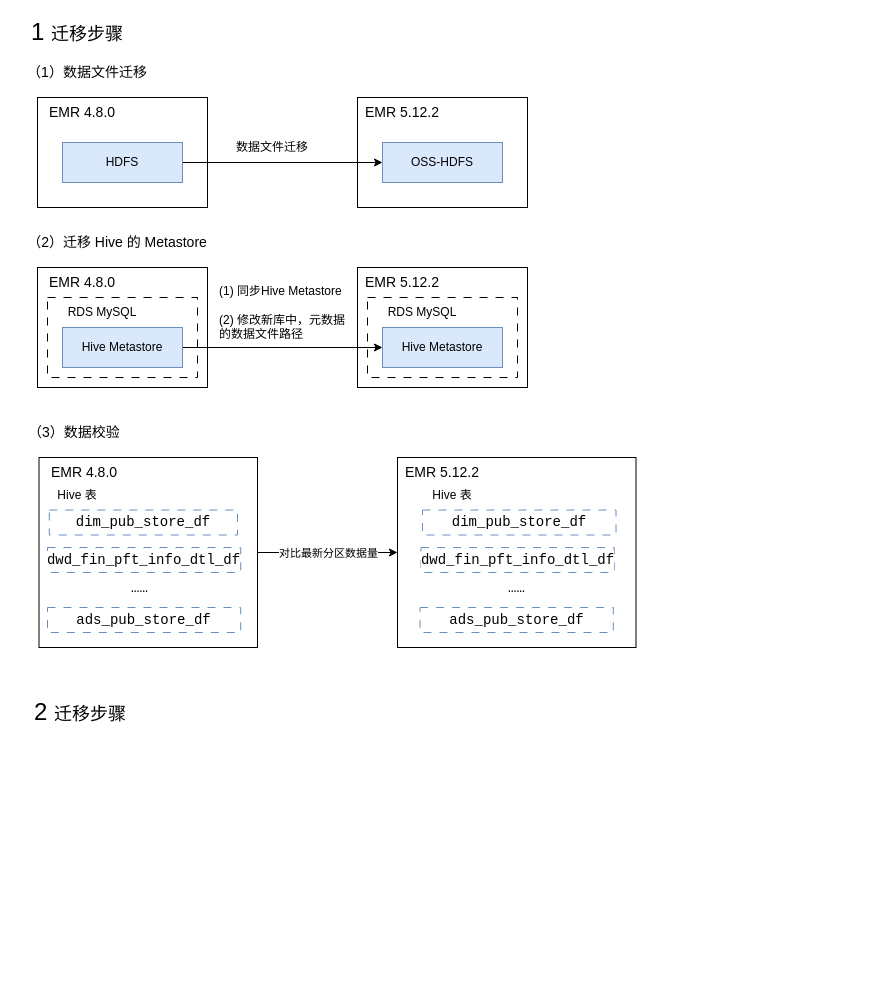
The draw.io diagram emr_upgrade.drawio in fsJerryChan/fsJerryChan, before the edit. Source tidied: cells renumbered, new cells numbered last; positions are measured from the earlier drawing's top-left corner, leaving out a move shared by most shapes. Both pictures are drawn from the tidied source at 100%, with x=0, y=0 at pixel (17, 17).
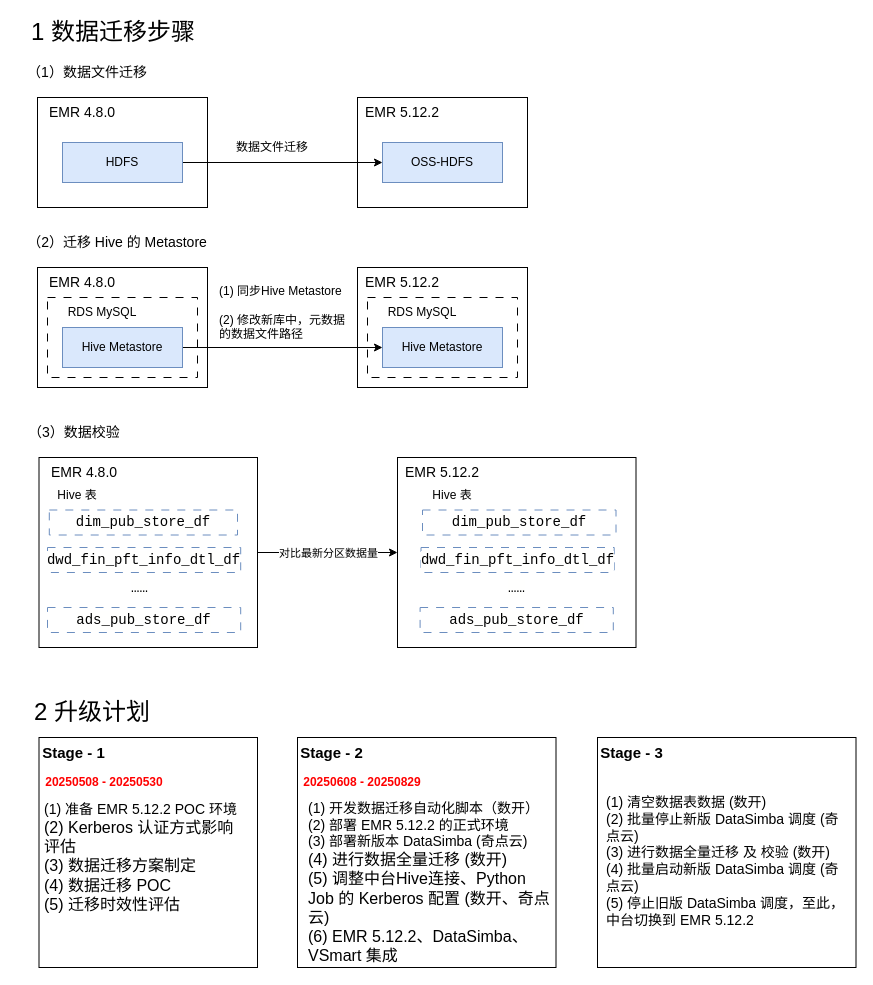
Above is the later version.

Change to the diagram source:
```diff
@@
-    <mxCell id="2" value="&lt;font style=&quot;font-size: 24px;&quot;&gt;1&amp;nbsp;&lt;/font&gt;&lt;span style=&quot;font-size: 18px;&quot;&gt;迁移步骤&lt;/span&gt;" style="text;strokeColor=none;align=left;fillColor=none;html=1;verticalAlign=middle;whiteSpace=wrap;rounded=0;" parent="1" vertex="1">
-      <mxGeometry x="11.6" width="100" height="30" as="geometry" />
+    <mxCell id="2" value="&lt;font style=&quot;font-size: 24px;&quot;&gt;&lt;font style=&quot;&quot;&gt;1 数据&lt;/font&gt;迁移步骤&lt;/font&gt;" style="text;strokeColor=none;align=left;fillColor=none;html=1;verticalAlign=middle;whiteSpace=wrap;rounded=0;" parent="1" vertex="1">
+      <mxGeometry x="11.6" width="178.4" height="30" as="geometry" />
     </mxCell>
@@
-    <mxCell id="42" value="&lt;font style=&quot;font-size: 24px;&quot;&gt;2&amp;nbsp;&lt;/font&gt;&lt;span style=&quot;font-size: 18px;&quot;&gt;迁移步骤&lt;/span&gt;" style="text;strokeColor=none;align=left;fillColor=none;html=1;verticalAlign=middle;whiteSpace=wrap;rounded=0;" parent="1" vertex="1">
-      <mxGeometry x="15" y="680" width="100" height="30" as="geometry" />
+    <mxCell id="42" value="&lt;font style=&quot;font-size: 24px;&quot;&gt;&lt;font style=&quot;&quot;&gt;2 &lt;/font&gt;&lt;font style=&quot;&quot;&gt;升级计划&lt;/font&gt;&lt;/font&gt;" style="text;strokeColor=none;align=left;fillColor=none;html=1;verticalAlign=middle;whiteSpace=wrap;rounded=0;" parent="1" vertex="1">
+      <mxGeometry x="15" y="680" width="135" height="30" as="geometry" />
     </mxCell>
+    <mxCell id="43" style="rounded=0;whiteSpace=wrap;html=1;" parent="1" vertex="1">
+      <mxGeometry x="21.5" y="720" width="218.5" height="230" as="geometry" />
+    </mxCell>
+    <mxCell id="44" value="Stage - 1" style="text;strokeColor=none;align=center;fillColor=none;html=1;verticalAlign=middle;whiteSpace=wrap;rounded=0;fontStyle=1;fontSize=15;" parent="1" vertex="1">
+      <mxGeometry x="21.5" y="720" width="68.5" height="30" as="geometry" />
+    </mxCell>
+    <mxCell id="45" value="&lt;font style=&quot;font-size: 14px;&quot;&gt;(1) 准备 EMR 5.12.2 POC 环境&lt;/font&gt;&lt;div&gt;&lt;font size=&quot;3&quot; style=&quot;&quot;&gt;(2) Kerberos 认证方式影响评估&lt;br&gt;(3) 数据迁移方案制定&lt;/font&gt;&lt;div&gt;&lt;font size=&quot;3&quot;&gt;(4) 数据迁移 POC&lt;/font&gt;&lt;/div&gt;&lt;div&gt;&lt;font size=&quot;3&quot;&gt;(5) 迁移时效性评估&lt;/font&gt;&lt;/div&gt;&lt;/div&gt;" style="rounded=0;whiteSpace=wrap;html=1;align=left;fillColor=none;strokeColor=none;" parent="1" vertex="1">
+      <mxGeometry x="25.4" y="770" width="202.5" height="140" as="geometry" />
+    </mxCell>
+    <mxCell id="46" value="&lt;b&gt;&lt;font style=&quot;color: rgb(255, 0, 0);&quot;&gt;20250508 - 20250530&lt;/font&gt;&lt;/b&gt;" style="text;strokeColor=none;align=center;fillColor=none;html=1;verticalAlign=middle;whiteSpace=wrap;rounded=0;" parent="1" vertex="1">
+      <mxGeometry x="21.5" y="750" width="130" height="30" as="geometry" />
+    </mxCell>
+    <mxCell id="47" style="rounded=0;whiteSpace=wrap;html=1;" parent="1" vertex="1">
+      <mxGeometry x="280" y="720" width="258.5" height="230" as="geometry" />
+    </mxCell>
+    <mxCell id="48" value="Stage - 2" style="text;strokeColor=none;align=center;fillColor=none;html=1;verticalAlign=middle;whiteSpace=wrap;rounded=0;fontStyle=1;fontSize=15;" parent="1" vertex="1">
+      <mxGeometry x="280" y="720" width="68.5" height="30" as="geometry" />
+    </mxCell>
+    <mxCell id="49" value="&lt;font style=&quot;font-size: 14px;&quot;&gt;(1) 开发数据迁移自动化脚本（数开）&lt;/font&gt;&lt;div&gt;&lt;font style=&quot;font-size: 14px;&quot;&gt;(2) 部署 EMR 5.12.2 的正式环境&lt;br&gt;(3) 部署新版本 DataSimba (奇点云)&lt;/font&gt;&lt;div&gt;&lt;font size=&quot;3&quot;&gt;(4) 进行数据全量迁移 (数开)&lt;/font&gt;&lt;/div&gt;&lt;div&gt;&lt;font size=&quot;3&quot;&gt;(5) 调整中台Hive连接、Python Job 的 Kerberos 配置 (数开、奇点云)&lt;/font&gt;&lt;/div&gt;&lt;/div&gt;&lt;div&gt;&lt;font size=&quot;3&quot;&gt;(6) EMR 5.12.2、DataSimba、VSmart 集成&lt;/font&gt;&lt;/div&gt;" style="rounded=0;whiteSpace=wrap;html=1;align=left;fillColor=none;strokeColor=none;" parent="1" vertex="1">
+      <mxGeometry x="288.5" y="800" width="245.4" height="130" as="geometry" />
+    </mxCell>
+    <mxCell id="50" value="&lt;b&gt;&lt;font style=&quot;color: rgb(255, 0, 0);&quot;&gt;20250608 - 20250829&lt;/font&gt;&lt;/b&gt;" style="text;strokeColor=none;align=center;fillColor=none;html=1;verticalAlign=middle;whiteSpace=wrap;rounded=0;" parent="1" vertex="1">
+      <mxGeometry x="280" y="750" width="130" height="30" as="geometry" />
+    </mxCell>
+    <mxCell id="51" style="rounded=0;whiteSpace=wrap;html=1;" parent="1" vertex="1">
+      <mxGeometry x="580" y="720" width="258.5" height="230" as="geometry" />
+    </mxCell>
+    <mxCell id="52" value="Stage - 3" style="text;strokeColor=none;align=center;fillColor=none;html=1;verticalAlign=middle;whiteSpace=wrap;rounded=0;fontStyle=1;fontSize=15;" parent="1" vertex="1">
+      <mxGeometry x="580" y="720" width="68.5" height="30" as="geometry" />
+    </mxCell>
+    <mxCell id="53" value="&lt;span style=&quot;font-size: 14px;&quot;&gt;(1) 清空数据表数据 (数开)&lt;/span&gt;&lt;div&gt;&lt;span style=&quot;font-size: 14px;&quot;&gt;(2) 批量停止新版 DataSimba 调度 (奇点云)&lt;/span&gt;&lt;/div&gt;&lt;div&gt;&lt;span style=&quot;font-size: 14px;&quot;&gt;(3) 进行数据全量迁移 及 校验 (数开)&lt;/span&gt;&lt;/div&gt;&lt;div&gt;&lt;span style=&quot;font-size: 14px;&quot;&gt;(4) 批量启动新版 DataSimba 调度 (奇点云)&lt;br&gt;&lt;/span&gt;&lt;/div&gt;&lt;div&gt;&lt;span style=&quot;font-size: 14px;&quot;&gt;(5) 停止旧版 DataSimba 调度，至此，中台切换到 EMR 5.12.2&lt;/span&gt;&lt;/div&gt;" style="rounded=0;whiteSpace=wrap;html=1;align=left;fillColor=none;strokeColor=none;verticalAlign=top;" parent="1" vertex="1">
+      <mxGeometry x="586.6" y="770" width="245.4" height="130" as="geometry" />
+    </mxCell>
```
